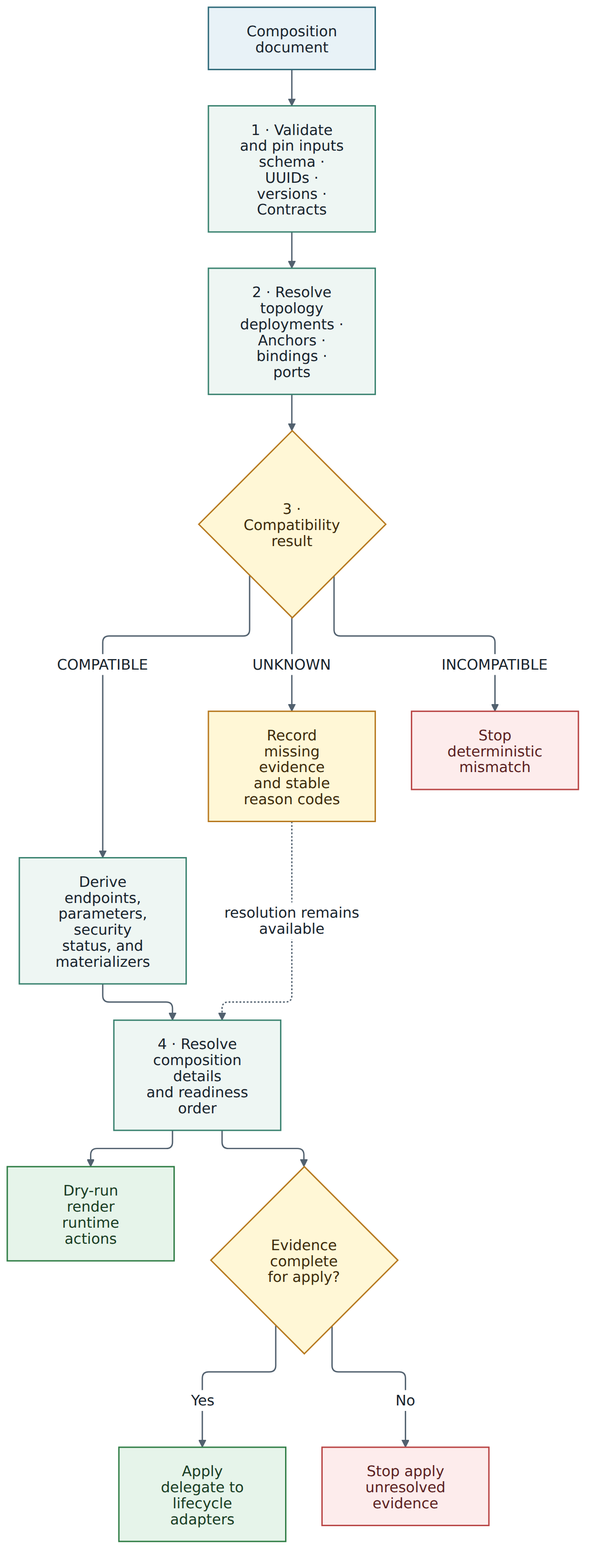
The Mermaid diagram DOT-Design/next/dot-design/_images/diagrams/composition-resolution-pipeline.png in MARE-EU-Project/DOT-Docs, before a commit. Its source is kept beside it as DOT-Design/next/dot-design/_attachments/diagrams/composition-resolution-pipeline.mmd.
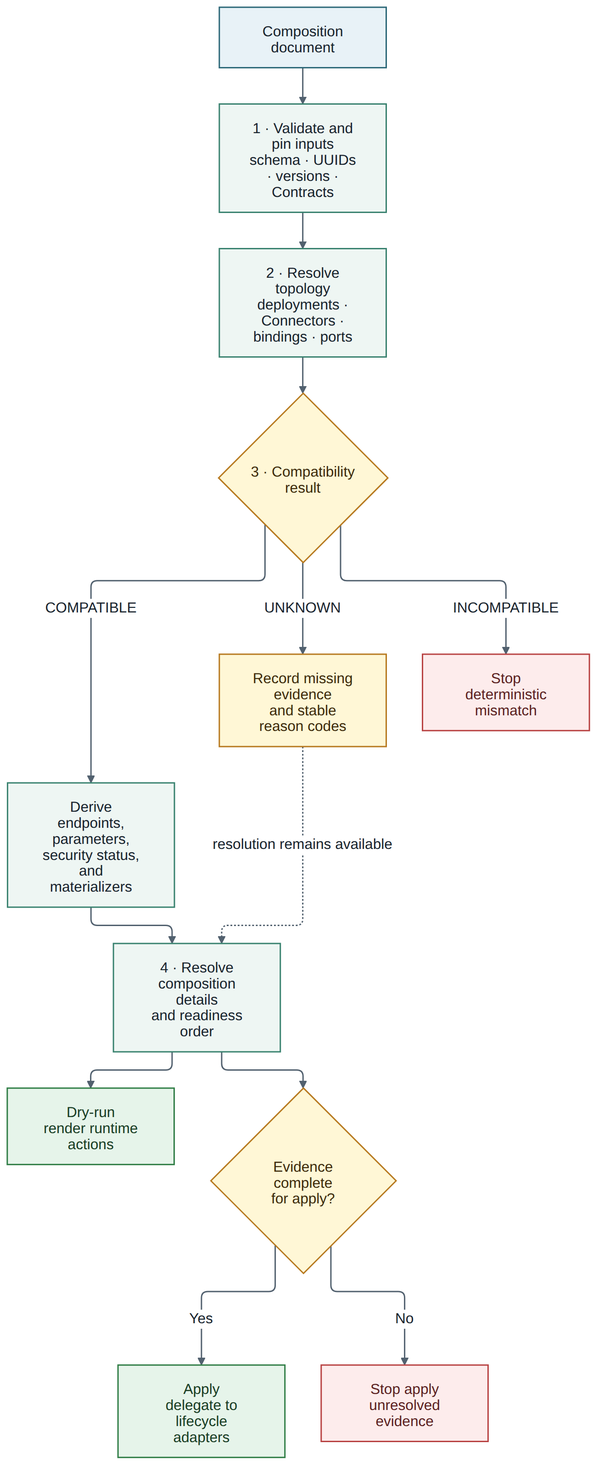
After the commit.

The edit, as a diff of the source:
```diff
@@ -1,9 +1,9 @@
 flowchart TD
   accTitle: Fail-closed composition resolution pipeline
-  accDescr: The composer validates and pins its inputs, resolves Anchor bindings, evaluates compatibility, produces a deterministic evidence-bearing resolved composition, and permits apply only when evidence is complete.
+  accDescr: The composer validates and pins its inputs, resolves Connector bindings, evaluates compatibility, produces a deterministic evidence-bearing resolved composition, and permits apply only when evidence is complete.
 
   Source["Composition document"] --> Validate["1 · Validate and pin inputs<br/>schema · UUIDs · versions · Contracts"]
-  Validate --> Resolve["2 · Resolve topology<br/>deployments · Anchors · bindings · ports"]
+  Validate --> Resolve["2 · Resolve topology<br/>deployments · Connectors · bindings · ports"]
   Resolve --> Compatibility{"3 · Compatibility<br/>result"}
 
   Compatibility -->|COMPATIBLE| Derive["Derive endpoints, parameters,<br/>security status, and materializers"]
```
